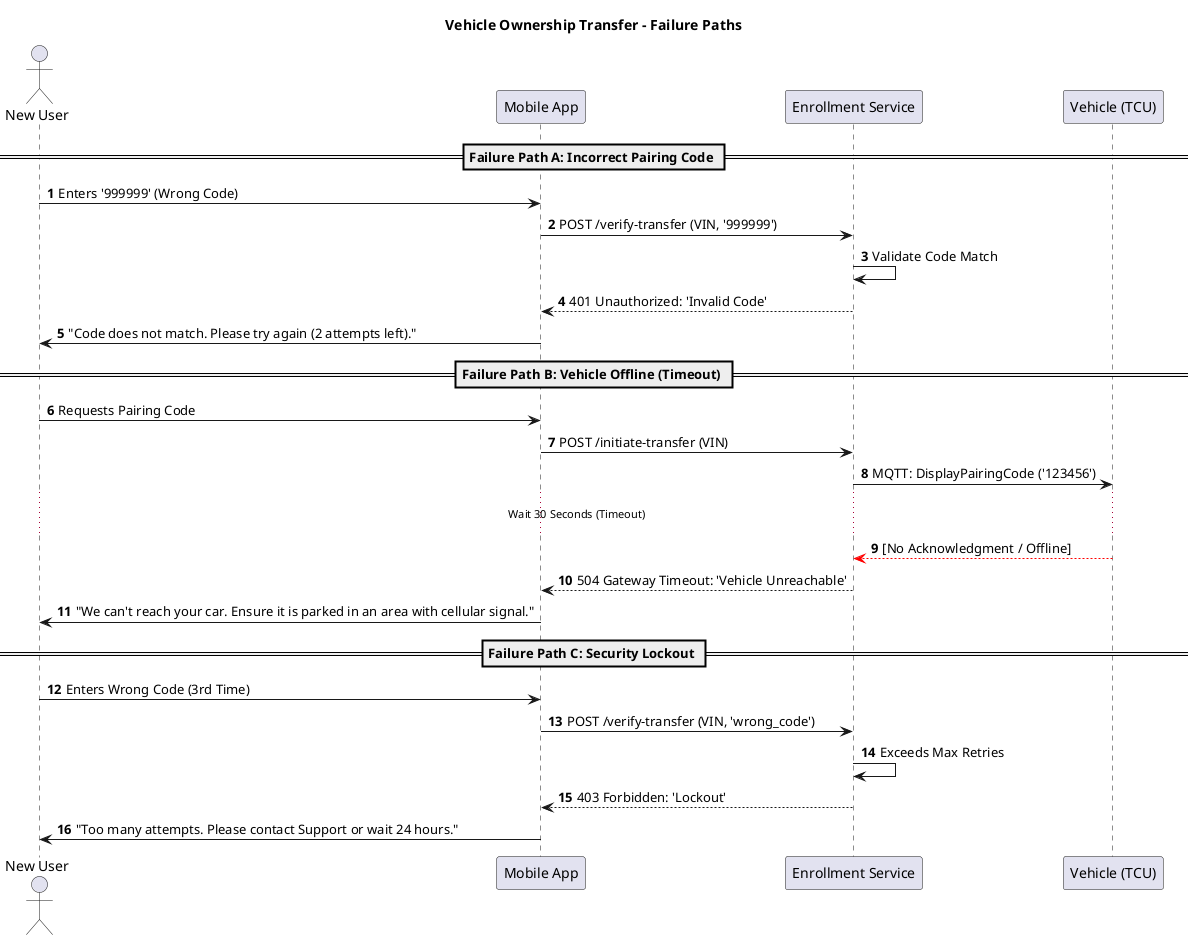
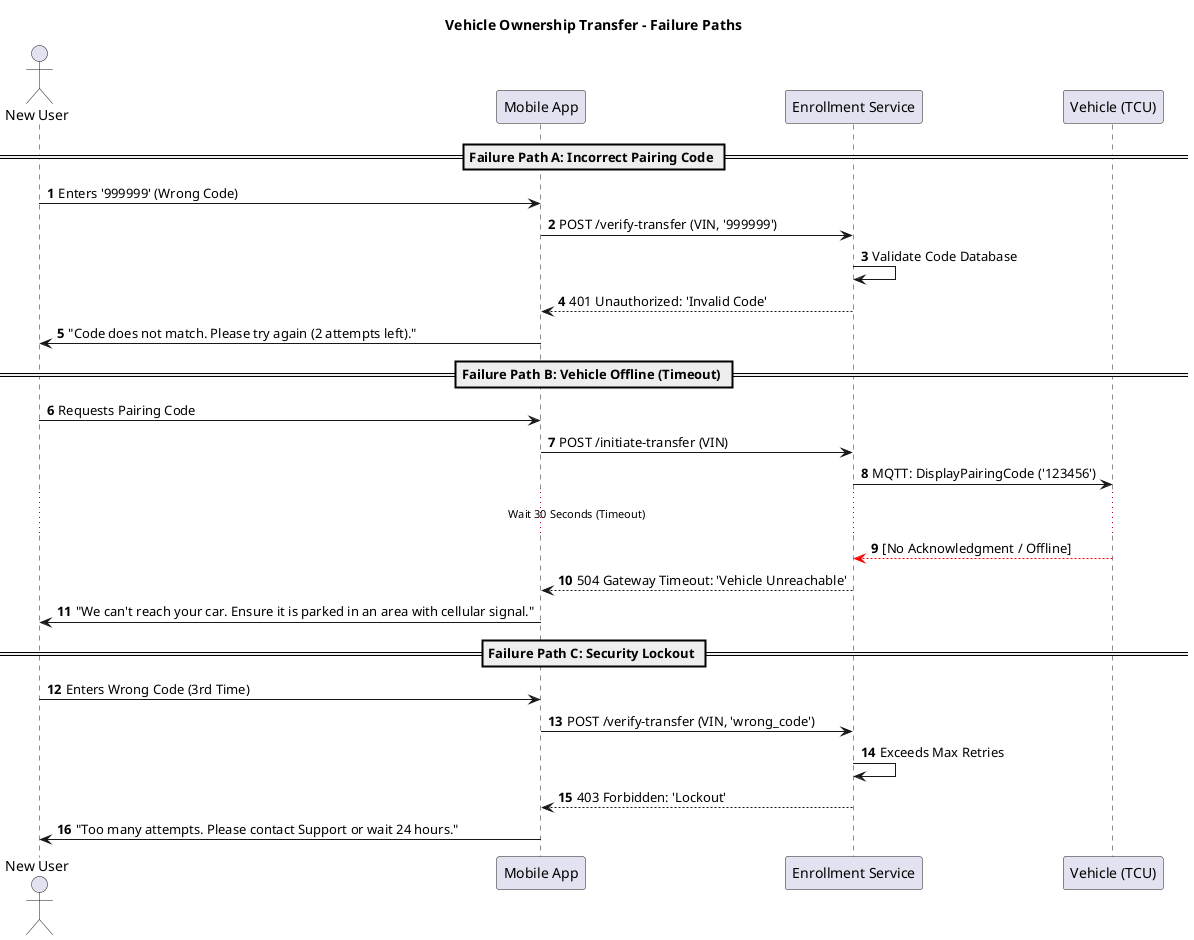
@startuml Vehicle_Ownership_Transfer
title Vehicle Ownership Transfer - Failure Paths

autonumber
skinparam ParticipantPadding 20

actor "New User" as User
participant "Mobile App" as App
participant "Enrollment Service" as Cloud
participant "Vehicle (TCU)" as Car

== Failure Path A: Incorrect Pairing Code ==
User -> App : Enters '999999' (Wrong Code)
App -> Cloud : POST /verify-transfer (VIN, '999999')
- Cloud -> Cloud : Validate Code Match
+ Cloud -> Cloud : Validate Code Database
Cloud --> App : 401 Unauthorized: 'Invalid Code'
App -> User : "Code does not match. Please try again (2 attempts left)."

== Failure Path B: Vehicle Offline (Timeout) ==
User -> App : Requests Pairing Code
App -> Cloud : POST /initiate-transfer (VIN)
Cloud -> Car : MQTT: DisplayPairingCode ('123456')
... Wait 30 Seconds (Timeout) ...
Car --[#red]> Cloud : [No Acknowledgment / Offline]
Cloud --> App : 504 Gateway Timeout: 'Vehicle Unreachable'
App -> User : "We can't reach your car. Ensure it is parked in an area with cellular signal."

== Failure Path C: Security Lockout ==
User -> App : Enters Wrong Code (3rd Time)
App -> Cloud : POST /verify-transfer (VIN, 'wrong_code')
Cloud -> Cloud : Exceeds Max Retries
Cloud --> App : 403 Forbidden: 'Lockout'
App -> User : "Too many attempts. Please contact Support or wait 24 hours."

@endum